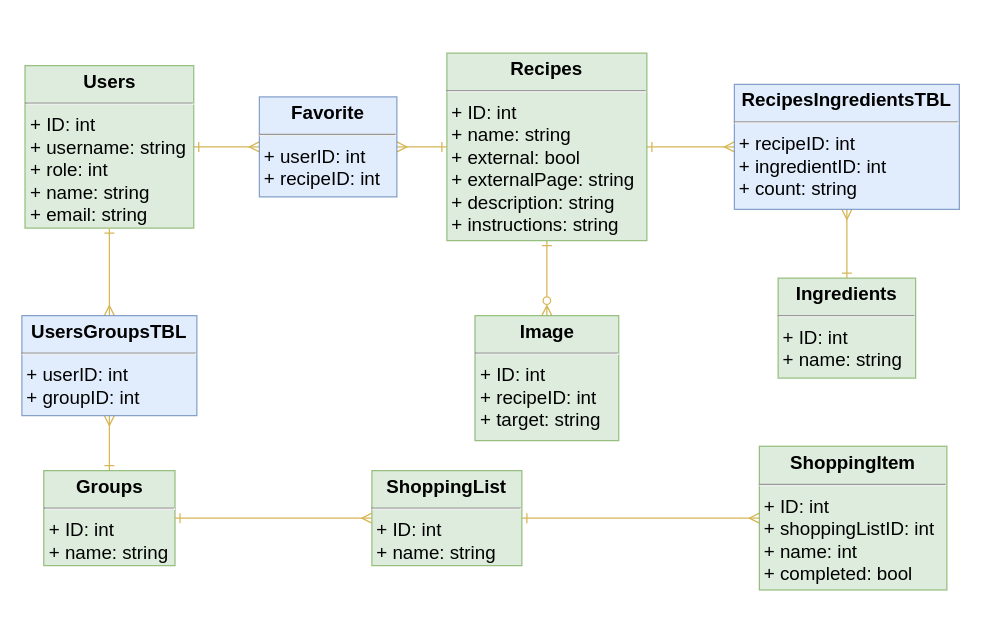
This is page "Page-3" (1 of 3) of docs/diagrams.drawio from hungdojan/DesignOfWWW2024, a draw.io file, before an edit. Source tidied: cells renumbered, new cells numbered last; positions are measured from the earlier drawing's top-left corner, leaving out a move shared by most shapes. Both pictures are drawn from the tidied source at 125%, with x=0, y=0 at pixel (21, 52).
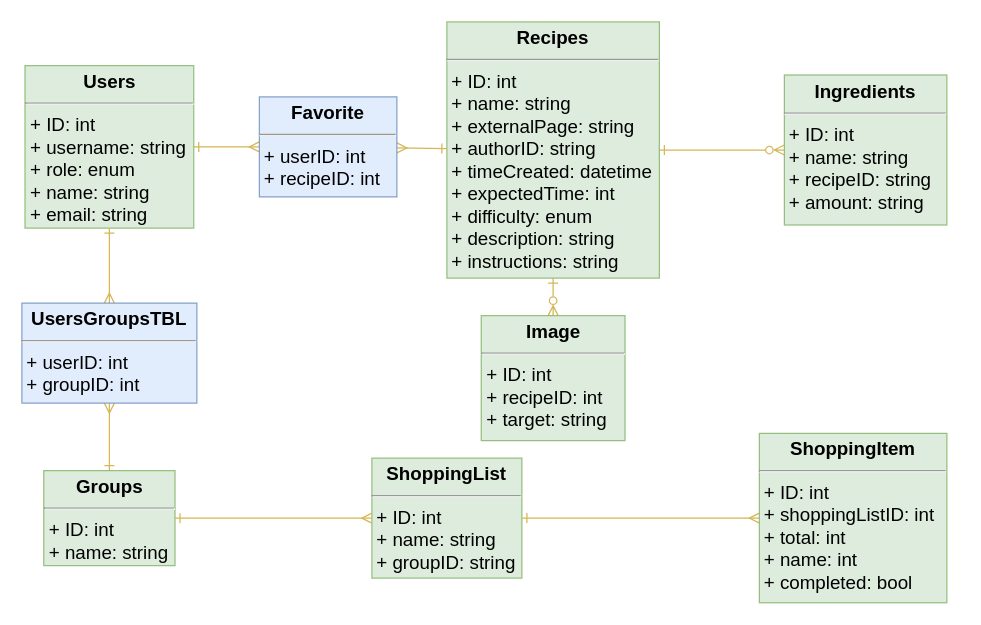
The same diagram, later.

The edit, as a diff of the source:
```diff
@@
-    <mxCell id="3" value="&lt;p style=&quot;margin: 4px 0px 0px; text-align: center; font-size: 15px;&quot;&gt;&lt;b style=&quot;font-size: 15px;&quot;&gt;Users&lt;/b&gt;&lt;/p&gt;&lt;hr style=&quot;font-size: 15px;&quot;&gt;&lt;p style=&quot;margin: 0px 0px 0px 4px; font-size: 15px;&quot;&gt;+ ID: int&lt;/p&gt;&lt;p style=&quot;margin: 0px 0px 0px 4px; font-size: 15px;&quot;&gt;+ username: string&lt;/p&gt;&lt;p style=&quot;margin: 0px 0px 0px 4px; font-size: 15px;&quot;&gt;+ role: int&lt;/p&gt;&lt;p style=&quot;margin: 0px 0px 0px 4px; font-size: 15px;&quot;&gt;+ name: string&lt;/p&gt;&lt;p style=&quot;margin: 0px 0px 0px 4px; font-size: 15px;&quot;&gt;+ email: string&lt;/p&gt;" style="verticalAlign=top;align=left;overflow=fill;fontSize=15;fontFamily=Helvetica;html=1;shadow=0;labelBackgroundColor=none;sketch=0;opacity=80;fillColor=#d5e8d4;strokeColor=#82b366;" parent="1" vertex="1">
+    <mxCell id="3" value="&lt;p style=&quot;margin: 4px 0px 0px; text-align: center; font-size: 15px;&quot;&gt;&lt;b style=&quot;font-size: 15px;&quot;&gt;Users&lt;/b&gt;&lt;/p&gt;&lt;hr style=&quot;font-size: 15px;&quot;&gt;&lt;p style=&quot;margin: 0px 0px 0px 4px; font-size: 15px;&quot;&gt;+ ID: int&lt;/p&gt;&lt;p style=&quot;margin: 0px 0px 0px 4px; font-size: 15px;&quot;&gt;+ username: string&lt;/p&gt;&lt;p style=&quot;margin: 0px 0px 0px 4px; font-size: 15px;&quot;&gt;+ role: enum&lt;/p&gt;&lt;p style=&quot;margin: 0px 0px 0px 4px; font-size: 15px;&quot;&gt;+ name: string&lt;/p&gt;&lt;p style=&quot;margin: 0px 0px 0px 4px; font-size: 15px;&quot;&gt;+ email: string&lt;/p&gt;" style="verticalAlign=top;align=left;overflow=fill;fontSize=15;fontFamily=Helvetica;html=1;shadow=0;labelBackgroundColor=none;sketch=0;opacity=80;fillColor=#d5e8d4;strokeColor=#82b366;" parent="1" vertex="1">
       <mxGeometry x="2.5" y="10" width="135" height="130" as="geometry" />
     </mxCell>
-    <mxCell id="4" style="edgeStyle=none;html=1;strokeWidth=1;fontSize=15;endArrow=ERmany;endFill=0;endSize=6;startArrow=ERone;startFill=0;fillColor=#fff2cc;strokeColor=#d6b656;" parent="1" edge="1" source="6" target="20">
-      <mxGeometry relative="1" as="geometry" />
-    </mxCell>
@@
+    <mxCell id="21" style="edgeStyle=none;html=1;fillColor=#fff2cc;strokeColor=#d6b656;endArrow=ERzeroToMany;endFill=0;startArrow=ERone;startFill=0;" parent="1" edge="1" source="6" target="13">
+      <mxGeometry relative="1" as="geometry" />
+    </mxCell>
-    <mxCell id="6" value="&lt;p style=&quot;margin: 4px 0px 0px; text-align: center; font-size: 15px;&quot;&gt;&lt;b style=&quot;font-size: 15px;&quot;&gt;Recipes&lt;/b&gt;&lt;/p&gt;&lt;hr style=&quot;font-size: 15px;&quot;&gt;&lt;p style=&quot;margin: 0px 0px 0px 4px; font-size: 15px;&quot;&gt;+ ID: int&lt;/p&gt;&lt;p style=&quot;margin: 0px 0px 0px 4px; font-size: 15px;&quot;&gt;+ name: string&lt;/p&gt;&lt;p style=&quot;margin: 0px 0px 0px 4px; font-size: 15px;&quot;&gt;+ external: bool&lt;/p&gt;&lt;p style=&quot;margin: 0px 0px 0px 4px; font-size: 15px;&quot;&gt;+ externalPage: string&lt;/p&gt;&lt;p style=&quot;margin: 0px 0px 0px 4px; font-size: 15px;&quot;&gt;+ description: string&lt;/p&gt;&lt;p style=&quot;margin: 0px 0px 0px 4px; font-size: 15px;&quot;&gt;+ instructions: string&lt;/p&gt;" style="verticalAlign=top;align=left;overflow=fill;fontSize=15;fontFamily=Helvetica;html=1;shadow=0;labelBackgroundColor=none;sketch=0;opacity=80;fillColor=#d5e8d4;strokeColor=#82b366;" parent="1" vertex="1">
-      <mxGeometry x="340" width="160" height="150" as="geometry" />
+    <mxCell id="6" value="&lt;p style=&quot;margin: 4px 0px 0px; text-align: center; font-size: 15px;&quot;&gt;&lt;b style=&quot;font-size: 15px;&quot;&gt;Recipes&lt;/b&gt;&lt;/p&gt;&lt;hr style=&quot;font-size: 15px;&quot;&gt;&lt;p style=&quot;margin: 0px 0px 0px 4px; font-size: 15px;&quot;&gt;+ ID: int&lt;/p&gt;&lt;p style=&quot;margin: 0px 0px 0px 4px; font-size: 15px;&quot;&gt;+ name: string&lt;/p&gt;&lt;p style=&quot;margin: 0px 0px 0px 4px; font-size: 15px;&quot;&gt;+ externalPage: string&lt;/p&gt;&lt;p style=&quot;margin: 0px 0px 0px 4px; font-size: 15px;&quot;&gt;+ authorID: string&lt;/p&gt;&lt;p style=&quot;margin: 0px 0px 0px 4px; font-size: 15px;&quot;&gt;+ timeCreated: datetime&lt;/p&gt;&lt;p style=&quot;margin: 0px 0px 0px 4px; font-size: 15px;&quot;&gt;+ expectedTime: int&lt;/p&gt;&lt;p style=&quot;margin: 0px 0px 0px 4px; font-size: 15px;&quot;&gt;+ difficulty: enum&lt;/p&gt;&lt;p style=&quot;margin: 0px 0px 0px 4px; font-size: 15px;&quot;&gt;+ description: string&lt;/p&gt;&lt;p style=&quot;margin: 0px 0px 0px 4px; font-size: 15px;&quot;&gt;+ instructions: string&lt;/p&gt;" style="verticalAlign=top;align=left;overflow=fill;fontSize=15;fontFamily=Helvetica;html=1;shadow=0;labelBackgroundColor=none;sketch=0;opacity=80;fillColor=#d5e8d4;strokeColor=#82b366;" parent="1" vertex="1">
+      <mxGeometry x="340" y="-25" width="170" height="205" as="geometry" />
     </mxCell>
@@
-    <mxCell id="9" value="&lt;p style=&quot;margin: 4px 0px 0px; text-align: center; font-size: 15px;&quot;&gt;&lt;b style=&quot;font-size: 15px;&quot;&gt;ShoppingList&lt;/b&gt;&lt;/p&gt;&lt;hr style=&quot;font-size: 15px;&quot;&gt;&lt;p style=&quot;margin: 0px 0px 0px 4px; font-size: 15px;&quot;&gt;+ ID: int&lt;/p&gt;&lt;p style=&quot;margin: 0px 0px 0px 4px; font-size: 15px;&quot;&gt;+ name: string&lt;/p&gt;" style="verticalAlign=top;align=left;overflow=fill;fontSize=15;fontFamily=Helvetica;html=1;shadow=0;labelBackgroundColor=none;sketch=0;opacity=80;fillColor=#d5e8d4;strokeColor=#82b366;" parent="1" vertex="1">
-      <mxGeometry x="280" y="334" width="120" height="76" as="geometry" />
+    <mxCell id="9" value="&lt;p style=&quot;margin: 4px 0px 0px; text-align: center; font-size: 15px;&quot;&gt;&lt;b style=&quot;font-size: 15px;&quot;&gt;ShoppingList&lt;/b&gt;&lt;/p&gt;&lt;hr style=&quot;font-size: 15px;&quot;&gt;&lt;p style=&quot;margin: 0px 0px 0px 4px; font-size: 15px;&quot;&gt;+ ID: int&lt;/p&gt;&lt;p style=&quot;margin: 0px 0px 0px 4px; font-size: 15px;&quot;&gt;+ name: string&lt;/p&gt;&lt;p style=&quot;margin: 0px 0px 0px 4px; font-size: 15px;&quot;&gt;+ groupID: string&lt;/p&gt;" style="verticalAlign=top;align=left;overflow=fill;fontSize=15;fontFamily=Helvetica;html=1;shadow=0;labelBackgroundColor=none;sketch=0;opacity=80;fillColor=#d5e8d4;strokeColor=#82b366;" parent="1" vertex="1">
+      <mxGeometry x="280" y="324" width="120" height="96" as="geometry" />
     </mxCell>
@@
-    <mxCell id="11" value="&lt;p style=&quot;margin: 4px 0px 0px; text-align: center; font-size: 15px;&quot;&gt;&lt;b style=&quot;font-size: 15px;&quot;&gt;ShoppingItem&lt;/b&gt;&lt;/p&gt;&lt;hr style=&quot;font-size: 15px;&quot;&gt;&lt;p style=&quot;margin: 0px 0px 0px 4px; font-size: 15px;&quot;&gt;+ ID: int&lt;/p&gt;&lt;p style=&quot;margin: 0px 0px 0px 4px; font-size: 15px;&quot;&gt;+ shoppingListID: int&lt;/p&gt;&lt;p style=&quot;margin: 0px 0px 0px 4px; font-size: 15px;&quot;&gt;+ name: int&lt;/p&gt;&lt;p style=&quot;margin: 0px 0px 0px 4px; font-size: 15px;&quot;&gt;+ completed: bool&lt;/p&gt;" style="verticalAlign=top;align=left;overflow=fill;fontSize=15;fontFamily=Helvetica;html=1;shadow=0;labelBackgroundColor=none;sketch=0;opacity=80;fillColor=#d5e8d4;strokeColor=#82b366;" parent="1" vertex="1">
-      <mxGeometry x="590" y="314.5" width="150" height="115" as="geometry" />
+    <mxCell id="11" value="&lt;p style=&quot;margin: 4px 0px 0px; text-align: center; font-size: 15px;&quot;&gt;&lt;b style=&quot;font-size: 15px;&quot;&gt;ShoppingItem&lt;/b&gt;&lt;/p&gt;&lt;hr style=&quot;font-size: 15px;&quot;&gt;&lt;p style=&quot;margin: 0px 0px 0px 4px; font-size: 15px;&quot;&gt;+ ID: int&lt;/p&gt;&lt;p style=&quot;margin: 0px 0px 0px 4px; font-size: 15px;&quot;&gt;+ shoppingListID: int&lt;/p&gt;&lt;p style=&quot;margin: 0px 0px 0px 4px; font-size: 15px;&quot;&gt;+ total: int&lt;/p&gt;&lt;p style=&quot;margin: 0px 0px 0px 4px; font-size: 15px;&quot;&gt;+ name: int&lt;/p&gt;&lt;p style=&quot;margin: 0px 0px 0px 4px; font-size: 15px;&quot;&gt;+ completed: bool&lt;/p&gt;" style="verticalAlign=top;align=left;overflow=fill;fontSize=15;fontFamily=Helvetica;html=1;shadow=0;labelBackgroundColor=none;sketch=0;opacity=80;fillColor=#d5e8d4;strokeColor=#82b366;" parent="1" vertex="1">
+      <mxGeometry x="590" y="304.2" width="150" height="135.5" as="geometry" />
     </mxCell>
     <mxCell id="12" value="&lt;p style=&quot;margin: 4px 0px 0px; text-align: center; font-size: 15px;&quot;&gt;&lt;b style=&quot;font-size: 15px;&quot;&gt;Image&lt;/b&gt;&lt;/p&gt;&lt;hr style=&quot;font-size: 15px;&quot;&gt;&lt;p style=&quot;margin: 0px 0px 0px 4px; font-size: 15px;&quot;&gt;+ ID: int&lt;/p&gt;&lt;p style=&quot;margin: 0px 0px 0px 4px; font-size: 15px;&quot;&gt;+ recipeID: int&lt;/p&gt;&lt;p style=&quot;margin: 0px 0px 0px 4px; font-size: 15px;&quot;&gt;+ target: string&lt;/p&gt;" style="verticalAlign=top;align=left;overflow=fill;fontSize=15;fontFamily=Helvetica;html=1;shadow=0;labelBackgroundColor=none;sketch=0;opacity=80;fillColor=#d5e8d4;strokeColor=#82b366;" parent="1" vertex="1">
-      <mxGeometry x="362.5" y="210" width="115" height="100" as="geometry" />
+      <mxGeometry x="367.5" y="210" width="115" height="100" as="geometry" />
     </mxCell>
-    <mxCell id="13" value="&lt;p style=&quot;margin: 4px 0px 0px; text-align: center; font-size: 15px;&quot;&gt;&lt;b style=&quot;font-size: 15px;&quot;&gt;Ingredients&lt;/b&gt;&lt;/p&gt;&lt;hr style=&quot;font-size: 15px;&quot;&gt;&lt;p style=&quot;margin: 0px 0px 0px 4px; font-size: 15px;&quot;&gt;+ ID: int&lt;/p&gt;&lt;p style=&quot;margin: 0px 0px 0px 4px; font-size: 15px;&quot;&gt;+ name: string&lt;/p&gt;" style="verticalAlign=top;align=left;overflow=fill;fontSize=15;fontFamily=Helvetica;html=1;shadow=0;labelBackgroundColor=none;sketch=0;opacity=80;fillColor=#d5e8d4;strokeColor=#82b366;" parent="1" vertex="1">
-      <mxGeometry x="605" y="180" width="110" height="80" as="geometry" />
+    <mxCell id="13" value="&lt;p style=&quot;margin: 4px 0px 0px; text-align: center; font-size: 15px;&quot;&gt;&lt;b style=&quot;font-size: 15px;&quot;&gt;Ingredients&lt;/b&gt;&lt;/p&gt;&lt;hr style=&quot;font-size: 15px;&quot;&gt;&lt;p style=&quot;margin: 0px 0px 0px 4px; font-size: 15px;&quot;&gt;+ ID: int&lt;/p&gt;&lt;p style=&quot;margin: 0px 0px 0px 4px; font-size: 15px;&quot;&gt;+ name: string&lt;/p&gt;&lt;p style=&quot;margin: 0px 0px 0px 4px; font-size: 15px;&quot;&gt;+ recipeID: string&lt;/p&gt;&lt;p style=&quot;margin: 0px 0px 0px 4px; font-size: 15px;&quot;&gt;+ amount: string&lt;/p&gt;" style="verticalAlign=top;align=left;overflow=fill;fontSize=15;fontFamily=Helvetica;html=1;shadow=0;labelBackgroundColor=none;sketch=0;opacity=80;fillColor=#d5e8d4;strokeColor=#82b366;" parent="1" vertex="1">
+      <mxGeometry x="610" y="17.5" width="130" height="120" as="geometry" />
     </mxCell>
@@
     <mxCell id="15" value="&lt;p style=&quot;margin: 4px 0px 0px; text-align: center; font-size: 15px;&quot;&gt;&lt;b style=&quot;font-size: 15px;&quot;&gt;UsersGroupsTBL&lt;/b&gt;&lt;/p&gt;&lt;hr style=&quot;font-size: 15px;&quot;&gt;&lt;p style=&quot;margin: 0px 0px 0px 4px; font-size: 15px;&quot;&gt;+ userID: int&lt;/p&gt;&lt;p style=&quot;margin: 0px 0px 0px 4px; font-size: 15px;&quot;&gt;+ groupID: int&lt;/p&gt;" style="verticalAlign=top;align=left;overflow=fill;fontSize=15;fontFamily=Helvetica;html=1;shadow=0;labelBackgroundColor=none;sketch=0;opacity=80;fillColor=#dae8fc;strokeColor=#6c8ebf;" parent="1" vertex="1">
-      <mxGeometry y="210" width="140" height="80" as="geometry" />
+      <mxGeometry y="200" width="140" height="80" as="geometry" />
     </mxCell>
@@
-    <mxCell id="19" style="edgeStyle=none;html=1;strokeWidth=1;fontSize=15;endArrow=ERone;endFill=0;endSize=6;startArrow=ERmany;startFill=0;fillColor=#fff2cc;strokeColor=#d6b656;" parent="1" edge="1" source="20" target="13">
-      <mxGeometry relative="1" as="geometry" />
-    </mxCell>
-    <mxCell id="20" value="&lt;p style=&quot;margin: 4px 0px 0px; text-align: center; font-size: 15px;&quot;&gt;&lt;b style=&quot;font-size: 15px;&quot;&gt;RecipesIngredientsTBL&lt;/b&gt;&lt;/p&gt;&lt;hr style=&quot;font-size: 15px;&quot;&gt;&lt;p style=&quot;margin: 0px 0px 0px 4px; font-size: 15px;&quot;&gt;+ recipeID: int&lt;/p&gt;&lt;p style=&quot;margin: 0px 0px 0px 4px; font-size: 15px;&quot;&gt;+ ingredientID: int&lt;/p&gt;&lt;p style=&quot;margin: 0px 0px 0px 4px; font-size: 15px;&quot;&gt;+ count: string&lt;/p&gt;" style="verticalAlign=top;align=left;overflow=fill;fontSize=15;fontFamily=Helvetica;html=1;shadow=0;labelBackgroundColor=none;sketch=0;opacity=80;fillColor=#dae8fc;strokeColor=#6c8ebf;" parent="1" vertex="1">
-      <mxGeometry x="570" y="25" width="180" height="100" as="geometry" />
-    </mxCell>
```
